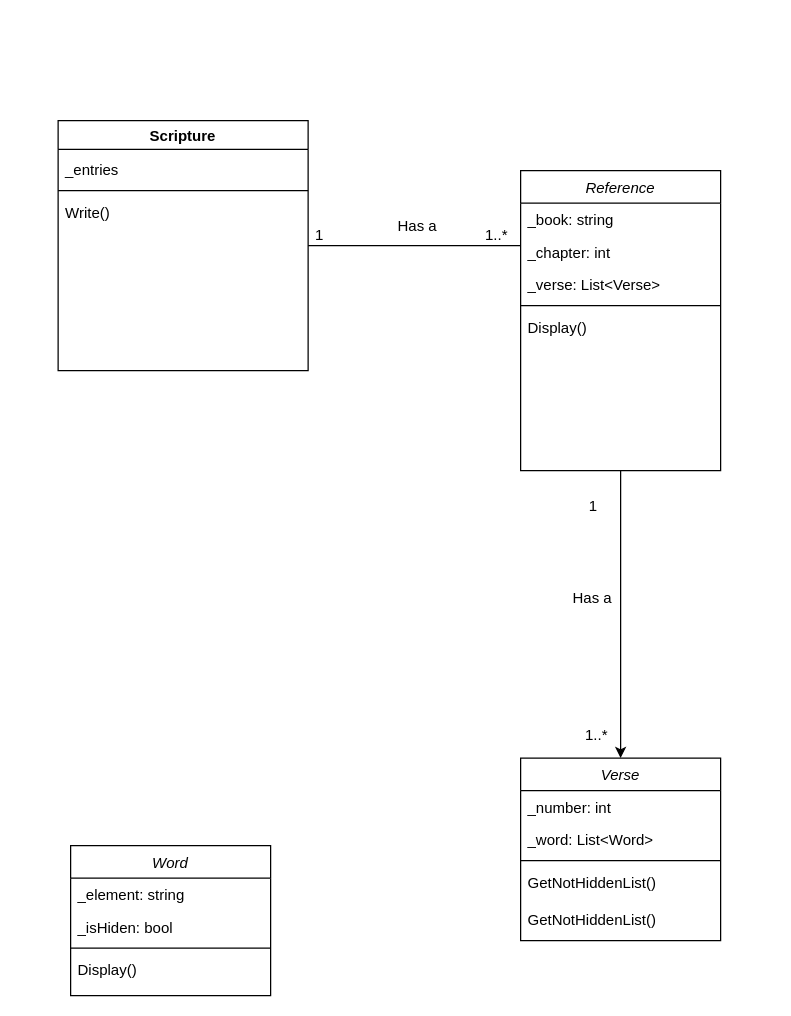
The draw.io diagram assets/ScriptureMemo.drawio in neorgon/cse210-hw, before the edit. Source tidied: cells renumbered, new cells numbered last; positions are measured from the earlier drawing's top-left corner, leaving out a move shared by most shapes. Both pictures are drawn from the tidied source at 125%, with x=0, y=0 at pixel (58, 120).
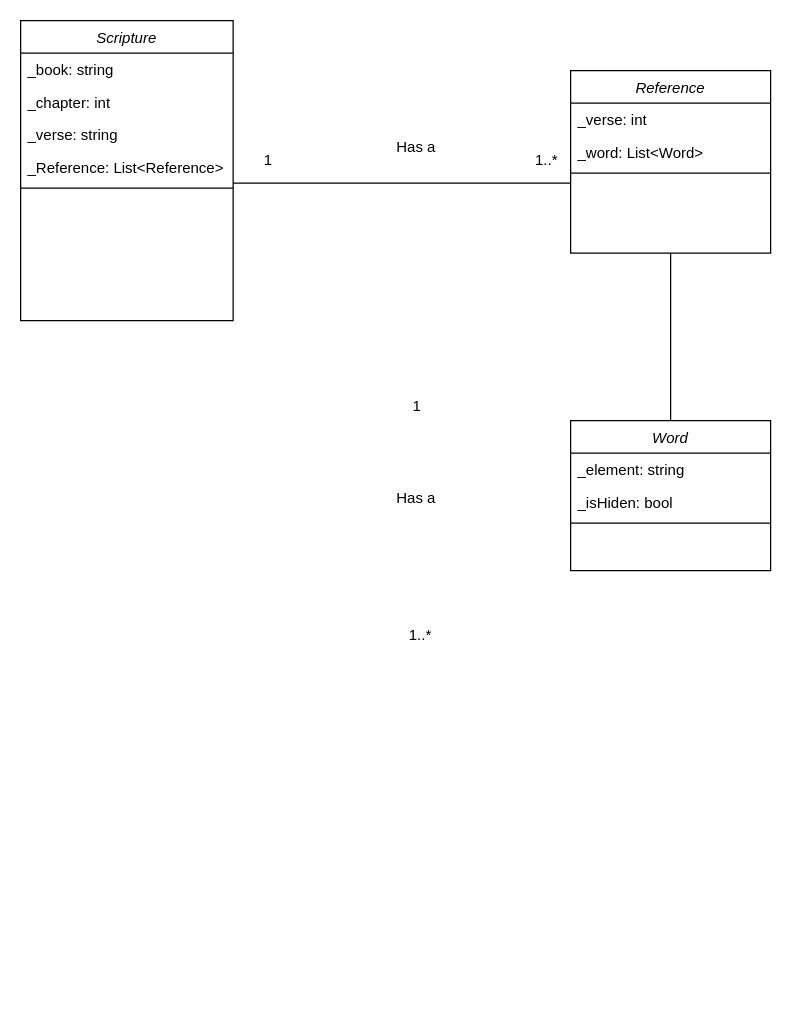
After the change.

Commit message:
Update class diagram

The edit, as a diff of the source:
```diff
@@
-    <mxCell id="2" style="edgeStyle=orthogonalEdgeStyle;rounded=0;jettySize=auto;html=1;exitX=1;exitY=0.5;exitDx=0;exitDy=0;entryX=0;entryY=0.5;entryDx=0;entryDy=0;endArrow=none;endFill=0;" parent="1" edge="1" source="3">
-      <mxGeometry relative="1" as="geometry">
-        <mxPoint x="370" y="100" as="targetPoint" />
-      </mxGeometry>
-    </mxCell>
-    <mxCell id="3" value="Scripture" style="swimlane;" parent="1" vertex="1">
-      <mxGeometry width="200" height="200" as="geometry" />
-    </mxCell>
-    <mxCell id="4" value="_entries" style="text;align=left;verticalAlign=top;spacingLeft=4;spacingRight=4;overflow=hidden;" parent="3" vertex="1">
-      <mxGeometry y="26" width="200" height="26" as="geometry" />
-    </mxCell>
-    <mxCell id="5" style="line;html=1;strokeWidth=1;align=left;verticalAlign=middle;spacingTop=-1;spacingLeft=3;spacingRight=3;labelPosition=right;" parent="3" vertex="1">
-      <mxGeometry y="52" width="200" height="8" as="geometry" />
-    </mxCell>
-    <mxCell id="6" value="Write()&#10;" style="text;align=left;verticalAlign=top;spacingLeft=4;spacingRight=4;overflow=hidden;" parent="3" vertex="1">
-      <mxGeometry y="60" width="200" height="30" as="geometry" />
-    </mxCell>
     <mxCell id="7" value="1..*" style="align=left;verticalAlign=bottom;labelBackgroundColor=none;fontSize=12;" parent="1" vertex="1">
-      <mxGeometry x="340" y="100" as="geometry" />
+      <mxGeometry x="380" y="40" as="geometry" />
     </mxCell>
     <mxCell id="8" value="1" style="align=left;verticalAlign=bottom;labelBackgroundColor=none;fontSize=12;" parent="1" vertex="1">
-      <mxGeometry x="211" y="93" as="geometry">
+      <mxGeometry x="170" y="33" as="geometry">
         <mxPoint x="-7" y="7" as="offset" />
       </mxGeometry>
     </mxCell>
     <mxCell id="9" value="Has a" style="align=left;verticalAlign=bottom;labelBackgroundColor=none;fontSize=12;" parent="1" vertex="1">
-      <mxGeometry x="270" y="93" as="geometry" />
+      <mxGeometry x="269" y="29.5" as="geometry" />
     </mxCell>
     <mxCell id="10" value="1..*" style="align=left;verticalAlign=bottom;labelBackgroundColor=none;fontSize=12;" parent="1" vertex="1">
-      <mxGeometry x="420" y="500" as="geometry" />
+      <mxGeometry x="279" y="420" as="geometry" />
     </mxCell>
     <mxCell id="11" value="1" style="align=left;verticalAlign=bottom;labelBackgroundColor=none;fontSize=12;" parent="1" vertex="1">
-      <mxGeometry x="430" y="310" as="geometry">
+      <mxGeometry x="289" y="230" as="geometry">
         <mxPoint x="-7" y="7" as="offset" />
       </mxGeometry>
     </mxCell>
     <mxCell id="12" value="Has a" style="align=left;verticalAlign=bottom;labelBackgroundColor=none;fontSize=12;" parent="1" vertex="1">
-      <mxGeometry x="410" y="390" as="geometry" />
+      <mxGeometry x="269" y="310" as="geometry" />
     </mxCell>
     <mxCell id="13" value="Word" style="swimlane;fontStyle=2;align=center;verticalAlign=top;horizontal=1;startSize=26;rounded=0;shadow=0;strokeWidth=1;" parent="1" vertex="1">
-      <mxGeometry x="10" y="580" width="160" height="120" as="geometry" />
+      <mxGeometry x="410" y="240" width="160" height="120" as="geometry" />
     </mxCell>
@@
-    <mxCell id="17" value="Display()" style="text;align=left;verticalAlign=top;spacingLeft=4;spacingRight=4;overflow=hidden;" parent="13" vertex="1">
-      <mxGeometry y="86" width="160" height="30" as="geometry" />
-    </mxCell>
-    <mxCell id="18" style="edgeStyle=orthogonalEdgeStyle;rounded=0;jettySize=auto;html=1;exitX=0.5;exitY=1;exitDx=0;exitDy=0;entryX=0.5;entryY=0;entryDx=0;entryDy=0;" parent="1" edge="1" source="19" target="25">
-      <mxGeometry relative="1" as="geometry" />
-    </mxCell>
+    <mxCell id="31" style="edgeStyle=orthogonalEdgeStyle;rounded=0;orthogonalLoop=1;jettySize=auto;html=1;endArrow=none;endFill=0;" parent="1" edge="1">
+      <mxGeometry relative="1" as="geometry">
+        <mxPoint x="140" y="50" as="sourcePoint" />
+        <mxPoint x="410" y="50" as="targetPoint" />
+      </mxGeometry>
+    </mxCell>
-    <mxCell id="19" value="Reference" style="swimlane;fontStyle=2;align=center;verticalAlign=top;horizontal=1;startSize=26;rounded=0;shadow=0;strokeWidth=1;" parent="1" vertex="1">
-      <mxGeometry x="370" y="40" width="160" height="240" as="geometry" />
+    <mxCell id="19" value="Scripture" style="swimlane;fontStyle=2;align=center;verticalAlign=top;horizontal=1;startSize=26;rounded=0;shadow=0;strokeWidth=1;" parent="1" vertex="1">
+      <mxGeometry x="-30" y="-80" width="170" height="240" as="geometry" />
     </mxCell>
     <mxCell id="20" value="_book: string&#10;" style="text;align=left;verticalAlign=top;spacingLeft=4;spacingRight=4;overflow=hidden;" parent="19" vertex="1">
-      <mxGeometry y="26" width="160" height="26" as="geometry" />
+      <mxGeometry y="26" width="170" height="26" as="geometry" />
     </mxCell>
     <mxCell id="21" value="_chapter: int" style="text;align=left;verticalAlign=top;spacingLeft=4;spacingRight=4;overflow=hidden;" parent="19" vertex="1">
-      <mxGeometry y="52" width="160" height="26" as="geometry" />
+      <mxGeometry y="52" width="170" height="26" as="geometry" />
     </mxCell>
+    <mxCell id="32" value="_verse: string" style="text;align=left;verticalAlign=top;spacingLeft=4;spacingRight=4;overflow=hidden;" parent="19" vertex="1">
+      <mxGeometry y="78" width="170" height="26" as="geometry" />
+    </mxCell>
-    <mxCell id="22" value="_verse: List&lt;Verse&gt;" style="text;align=left;verticalAlign=top;spacingLeft=4;spacingRight=4;overflow=hidden;" parent="19" vertex="1">
-      <mxGeometry y="78" width="160" height="26" as="geometry" />
+    <mxCell id="22" value="_Reference: List&lt;Reference&gt;" style="text;align=left;verticalAlign=top;spacingLeft=4;spacingRight=4;overflow=hidden;" parent="19" vertex="1">
+      <mxGeometry y="104" width="170" height="26" as="geometry" />
     </mxCell>
     <mxCell id="23" style="line;html=1;strokeWidth=1;align=left;verticalAlign=middle;spacingTop=-1;spacingLeft=3;spacingRight=3;labelPosition=right;" parent="19" vertex="1">
-      <mxGeometry y="104" width="160" height="8" as="geometry" />
+      <mxGeometry y="130" width="170" height="8" as="geometry" />
     </mxCell>
-    <mxCell id="24" value="Display()" style="text;align=left;verticalAlign=top;spacingLeft=4;spacingRight=4;overflow=hidden;" parent="19" vertex="1">
-      <mxGeometry y="112" width="160" height="32" as="geometry" />
-    </mxCell>
+    <mxCell id="33" style="edgeStyle=orthogonalEdgeStyle;rounded=0;jettySize=auto;html=1;exitX=0.5;exitY=1;exitDx=0;exitDy=0;entryX=0.5;entryY=0;entryDx=0;entryDy=0;endArrow=none;endFill=0;" parent="1" edge="1" source="25" target="13">
+      <mxGeometry relative="1" as="geometry" />
+    </mxCell>
-    <mxCell id="25" value="Verse" style="swimlane;fontStyle=2;align=center;verticalAlign=top;horizontal=1;startSize=26;rounded=0;shadow=0;strokeWidth=1;" parent="1" vertex="1">
-      <mxGeometry x="370" y="510" width="160" height="146" as="geometry" />
+    <mxCell id="25" value="Reference" style="swimlane;fontStyle=2;align=center;verticalAlign=top;horizontal=1;startSize=26;rounded=0;shadow=0;strokeWidth=1;" parent="1" vertex="1">
+      <mxGeometry x="410" y="-40" width="160" height="146" as="geometry" />
     </mxCell>
-    <mxCell id="26" value="_number: int&#10;" style="text;align=left;verticalAlign=top;spacingLeft=4;spacingRight=4;overflow=hidden;" parent="25" vertex="1">
+    <mxCell id="26" value="_verse: int&#10;" style="text;align=left;verticalAlign=top;spacingLeft=4;spacingRight=4;overflow=hidden;" parent="25" vertex="1">
       <mxGeometry y="26" width="160" height="26" as="geometry" />
     </mxCell>
@@
-    <mxCell id="29" value="GetNotHiddenList()" style="text;align=left;verticalAlign=top;spacingLeft=4;spacingRight=4;overflow=hidden;" parent="25" vertex="1">
-      <mxGeometry y="86" width="160" height="30" as="geometry" />
-    </mxCell>
-    <mxCell id="30" value="GetNotHiddenList()" style="text;align=left;verticalAlign=top;spacingLeft=4;spacingRight=4;overflow=hidden;" parent="25" vertex="1">
-      <mxGeometry y="116" width="160" height="30" as="geometry" />
-    </mxCell>
```
